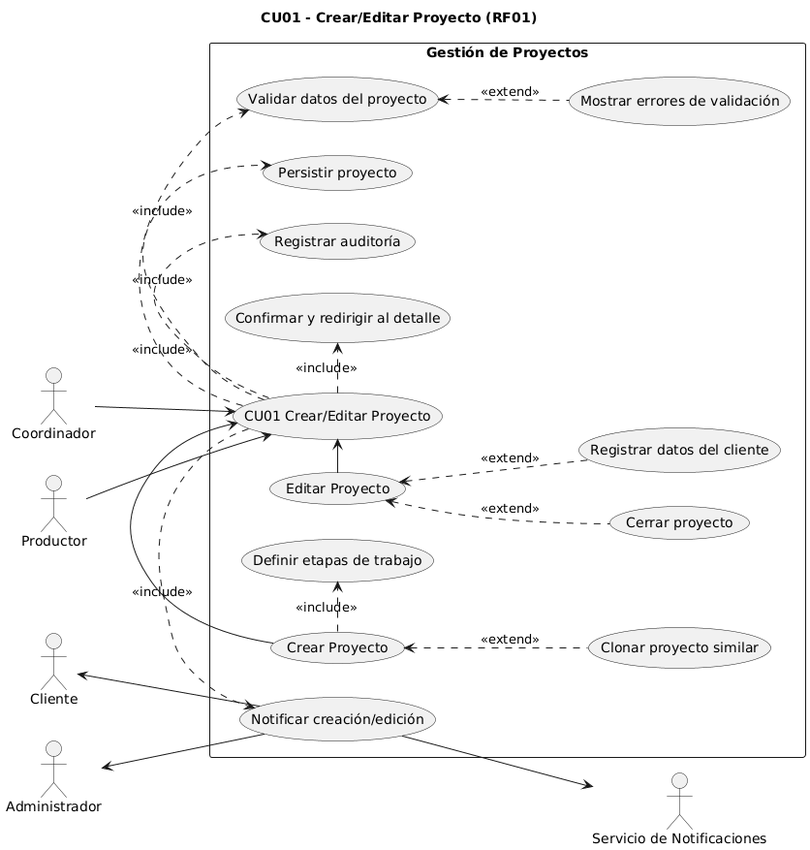
This is diagramas/02-casos-de-uso/02-editar-proyecto-caso-uso-01.png from dantebiondi666-prog/SistemaProductoraVideos, a PlantUML export, as it was before one commit.
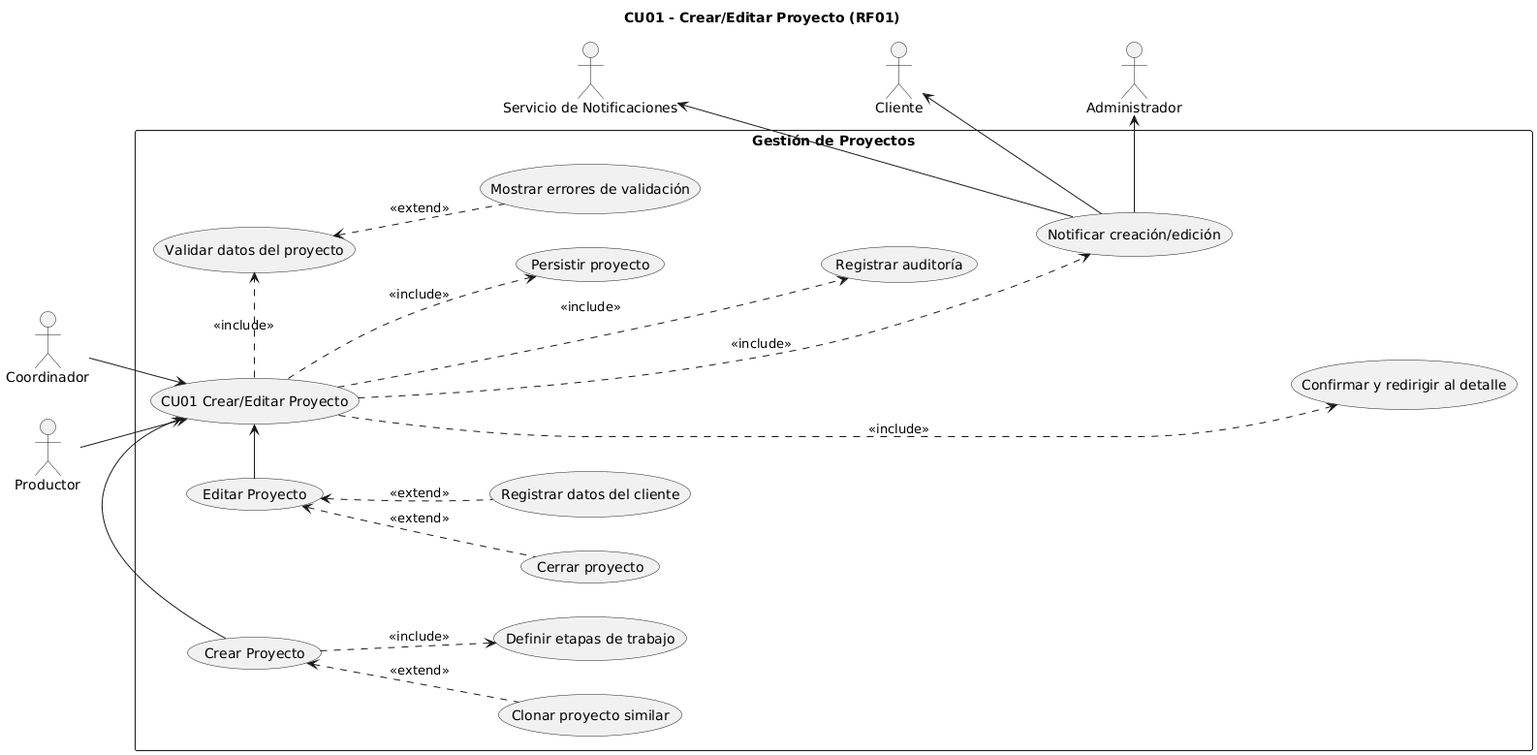
Above is the later version.

What changed in the source:
```diff
@@ -1,7 +1,6 @@
 @startuml
 title CU01 - Crear/Editar Proyecto (RF01)
 left to right direction
-
 
 actor Coordinador
 actor Productor
@@ -10,35 +9,49 @@
 actor Administrador
 
 rectangle "Gestión de Proyectos" {
-
   usecase "CU01 Crear/Editar Proyecto" as CU01
   usecase "Crear Proyecto" as UC_Crear
   usecase "Editar Proyecto" as UC_Editar
   UC_Crear -> CU01
   UC_Editar -> CU01
 
-
   usecase "Validar datos del proyecto" as UC_Validar
   usecase "Persistir proyecto" as UC_Persistir
   usecase "Registrar auditoría" as UC_Auditoria
   usecase "Notificar creación/edición" as UC_Notificar
   usecase "Confirmar y redirigir al detalle" as UC_Confirmar
+
   usecase "Mostrar errores de validación" as UC_Errores
   usecase "Definir etapas de trabajo" as UC_Etapas
   usecase "Registrar datos del cliente" as UC_DatosCliente
   usecase "Cerrar proyecto" as UC_Cerrar
   usecase "Clonar proyecto similar" as UC_Clonar
+
+  UC_Validar -[hidden]-> UC_Persistir
+  UC_Persistir -[hidden]-> UC_Auditoria
+  UC_Auditoria -[hidden]-> UC_Notificar
+  UC_Notificar -[hidden]-> UC_Confirmar
+
+  UC_Errores -[hidden]-> UC_Validar
+
+  UC_Crear -[hidden]-> UC_Etapas
+  UC_Crear -[hidden]-> UC_Clonar
+
+  UC_Editar -[hidden]-> UC_DatosCliente
+  UC_Editar -[hidden]-> UC_Cerrar
 }
-
 
 Productor --> CU01
 Coordinador --> CU01
+
 CU01 .> UC_Validar   : <<include>>
 CU01 .> UC_Persistir : <<include>>
 CU01 .> UC_Auditoria : <<include>>
 CU01 .> UC_Notificar : <<include>>
 CU01 .> UC_Confirmar : <<include>>
+
 UC_Crear .> UC_Etapas : <<include>>
+
 UC_Validar <.. UC_Errores : <<extend>>
 UC_Editar  <.. UC_DatosCliente : <<extend>>
 UC_Editar  <.. UC_Cerrar       : <<extend>>
@@ -47,4 +60,7 @@
 UC_Notificar --> Notif
 Cliente <-- UC_Notificar
 Administrador <-- UC_Notificar
+
+Notif -[hidden]-> Cliente
+Cliente -[hidden]-> Administrador
 @enduml
```
